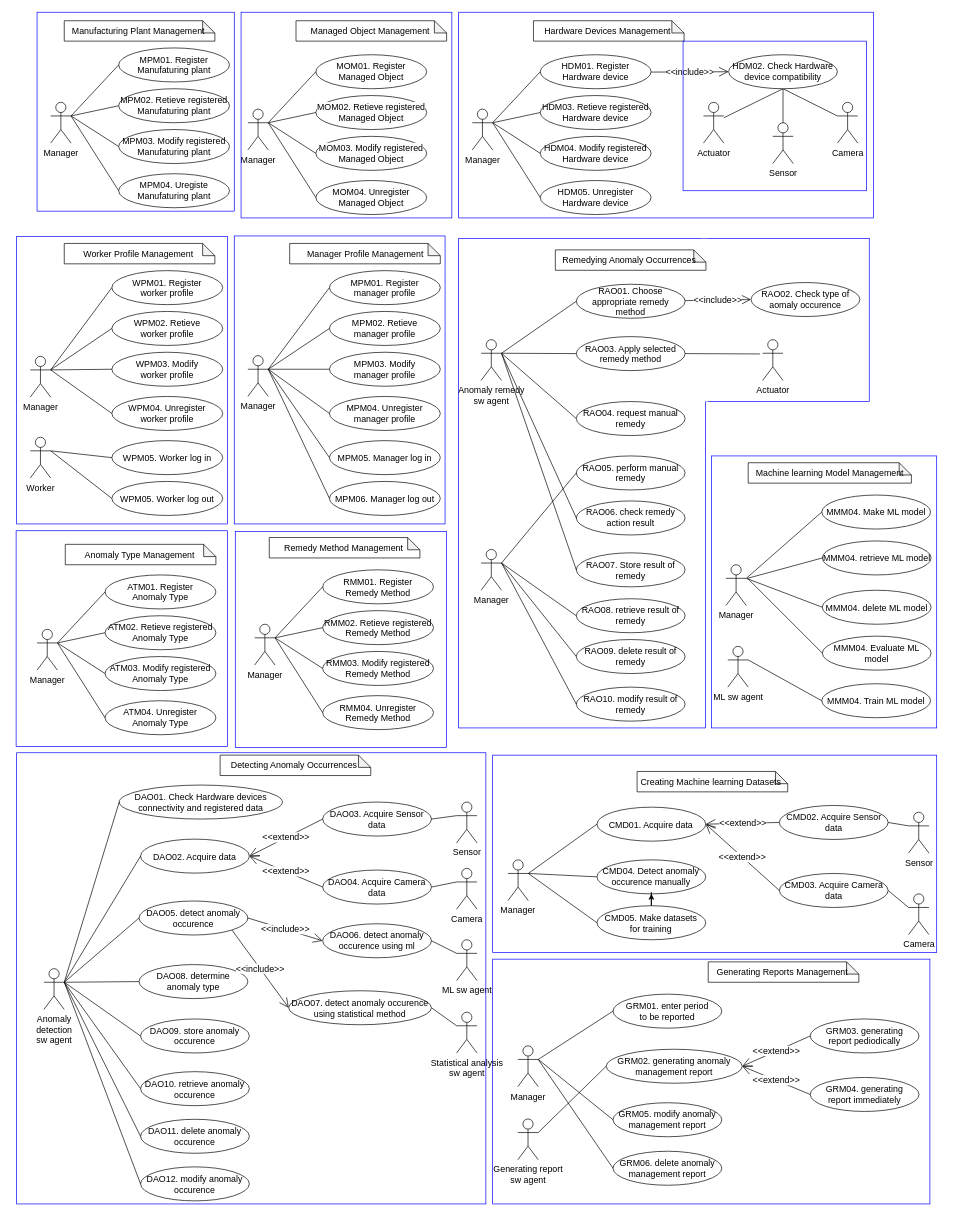
Above: usecase_diagram_refine3.drawio in ShineSoYoung/TEST (draw.io), before the change. Source tidied: cells renumbered, new cells numbered last; positions are measured from the earlier drawing's top-left corner, leaving out a move shared by most shapes. Both pictures are drawn from the tidied source at 68%, with x=0, y=0 at pixel (16, 12).
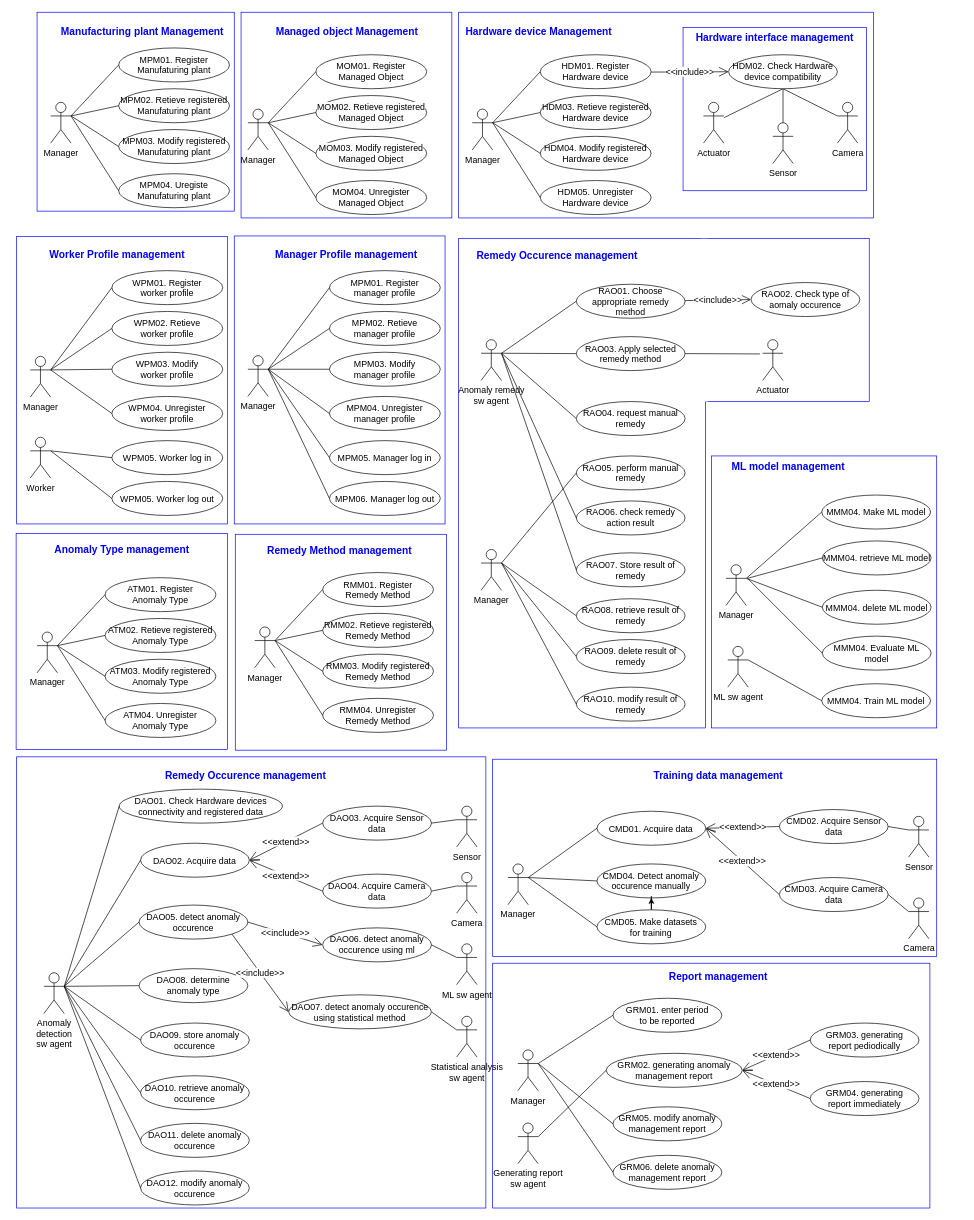
After the change.

The change refers to these unchanged cells:
```xml
<mxCell id="2" style="group;fontSize=13;" parent="1" vertex="1">
  <mxGeometry x="614" y="332" width="777" height="1423.5" as="geometry" />
</mxCell>
<mxCell id="27" style="group;fontSize=13;" parent="2" vertex="1">
  <mxGeometry x="430" y="310" width="347" height="1113.5" as="geometry" />
</mxCell>
<mxCell id="48" style="group;fontSize=13;" parent="1" vertex="1">
  <mxGeometry x="21" y="339.5" width="342.2" height="832.5" as="geometry" />
</mxCell>
<mxCell id="65" style="group;fontSize=13;" parent="1" vertex="1">
  <mxGeometry x="341" y="339.5" width="312.2" height="413.5" as="geometry" />
</mxCell>
<mxCell id="91" style="group;fontSize=13;" parent="1" vertex="1">
  <mxGeometry x="51" y="12" width="292.2" height="275" as="geometry" />
</mxCell>
```

Diff of the diagram source:
```diff
@@
+    <mxCell id="215" style="rounded=0;whiteSpace=wrap;html=1;fillColor=none;strokeColor=#0000ff;" parent="1" vertex="1">
+      <mxGeometry x="651" y="-0.5" width="610" height="302.5" as="geometry" />
+    </mxCell>
+    <mxCell id="218" style="rounded=0;whiteSpace=wrap;html=1;fillColor=none;strokeColor=#0000ff;" parent="1" vertex="1">
+      <mxGeometry x="1" y="329.2" width="310" height="422.8" as="geometry" />
+    </mxCell>
+    <mxCell id="217" style="rounded=0;whiteSpace=wrap;html=1;fillColor=none;strokeColor=#0000ff;" parent="1" vertex="1">
+      <mxGeometry x="321" y="328.5" width="310" height="423.5" as="geometry" />
+    </mxCell>
+    <mxCell id="219" style="rounded=0;whiteSpace=wrap;html=1;fillColor=none;strokeColor=#0000ff;" parent="1" vertex="1">
+      <mxGeometry x="322.5" y="767.2" width="310.8" height="317.5" as="geometry" />
+    </mxCell>
+    <mxCell id="216" style="rounded=0;whiteSpace=wrap;html=1;fillColor=none;strokeColor=#0000ff;" parent="1" vertex="1">
+      <mxGeometry x="981" y="22" width="270" height="240" as="geometry" />
+    </mxCell>
+    <mxCell id="214" style="rounded=0;whiteSpace=wrap;html=1;fillColor=none;strokeColor=#0000ff;" parent="1" vertex="1">
+      <mxGeometry x="331" y="-0.5" width="310" height="302.5" as="geometry" />
+    </mxCell>
+    <mxCell id="213" style="rounded=0;whiteSpace=wrap;html=1;fillColor=none;strokeColor=#0000ff;" parent="1" vertex="1">
+      <mxGeometry x="31" y="-0.5" width="290" height="292.5" as="geometry" />
+    </mxCell>
@@
+    <mxCell id="41" style="rounded=0;whiteSpace=wrap;html=1;fillColor=none;strokeColor=#0000ff;" parent="27" vertex="1">
+      <mxGeometry x="-21.2" y="10" width="331.2" height="400" as="geometry" />
+    </mxCell>
@@
-    <mxCell id="35" value="Machine learning Model Management" style="shape=note;whiteSpace=wrap;html=1;backgroundOutline=1;darkOpacity=0.05;size=18;fontSize=13;" parent="27" vertex="1">
-      <mxGeometry x="32.8" y="20" width="240" height="30" as="geometry" />
-    </mxCell>
@@
-    <mxCell id="41" style="rounded=0;whiteSpace=wrap;html=1;fillColor=none;strokeColor=#0000ff;" parent="27" vertex="1">
-      <mxGeometry x="-21.2" y="10" width="331.2" height="400" as="geometry" />
-    </mxCell>
     <mxCell id="42" style="rounded=0;whiteSpace=wrap;html=1;fillColor=none;strokeColor=#0000ff;" parent="27" vertex="1">
-      <mxGeometry x="-343" y="450" width="653" height="290" as="geometry" />
+      <mxGeometry x="-343" y="456" width="653" height="290" as="geometry" />
     </mxCell>
     <mxCell id="43" style="rounded=0;whiteSpace=wrap;html=1;fillColor=none;strokeColor=#0000ff;" parent="27" vertex="1">
-      <mxGeometry x="-343" y="750" width="643" height="360" as="geometry" />
+      <mxGeometry x="-343" y="756" width="643" height="360" as="geometry" />
     </mxCell>
+    <mxCell id="220" value="&lt;font color=&quot;#0000ff&quot; style=&quot;font-size: 15px;&quot;&gt;ML model management&lt;/font&gt;" style="text;html=1;strokeColor=none;fillColor=none;align=center;verticalAlign=middle;whiteSpace=wrap;rounded=0;fontStyle=1;fontSize=15;" parent="27" vertex="1">
+      <mxGeometry x="-63" y="10" width="310" height="30" as="geometry" />
+    </mxCell>
@@
-    <mxCell id="46" value="Remedying Anomaly Occurrences&amp;nbsp;" style="shape=note;whiteSpace=wrap;html=1;backgroundOutline=1;darkOpacity=0.05;size=18;fontSize=13;" parent="2" vertex="1">
-      <mxGeometry x="179.2" y="17" width="221.5" height="30" as="geometry" />
-    </mxCell>
@@
+    <mxCell id="221" value="&lt;font color=&quot;#0000ff&quot; style=&quot;font-size: 15px;&quot;&gt;Remedy Occurence management&lt;/font&gt;" style="text;html=1;strokeColor=none;fillColor=none;align=center;verticalAlign=middle;whiteSpace=wrap;rounded=0;fontStyle=1;fontSize=15;" parent="2" vertex="1">
+      <mxGeometry x="27" y="10" width="310" height="30" as="geometry" />
+    </mxCell>
@@
+    <mxCell id="64" style="rounded=0;whiteSpace=wrap;html=1;fillColor=none;strokeColor=#0000ff;" parent="48" vertex="1">
+      <mxGeometry x="-20.8" y="426.5" width="310.8" height="317.5" as="geometry" />
+    </mxCell>
@@
-    <mxCell id="62" value="Worker Profile Management&amp;nbsp;" style="shape=note;whiteSpace=wrap;html=1;backgroundOutline=1;darkOpacity=0.05;size=18;fontSize=13;" parent="48" vertex="1">
-      <mxGeometry x="50" width="221.5" height="30" as="geometry" />
-    </mxCell>
@@
-    <mxCell id="64" style="rounded=0;whiteSpace=wrap;html=1;fillColor=none;strokeColor=#0000ff;" parent="48" vertex="1">
-      <mxGeometry x="-20.8" y="422.5" width="310.8" height="317.5" as="geometry" />
-    </mxCell>
+    <mxCell id="222" value="&lt;font color=&quot;#0000ff&quot; style=&quot;font-size: 15px;&quot;&gt;Worker Profile management&lt;/font&gt;" style="text;html=1;strokeColor=none;fillColor=none;align=center;verticalAlign=middle;whiteSpace=wrap;rounded=0;fontStyle=1;fontSize=15;" parent="48" vertex="1">
+      <mxGeometry x="-27" width="310" height="30" as="geometry" />
+    </mxCell>
@@
-    <mxCell id="79" value="Manager Profile Management" style="shape=note;whiteSpace=wrap;html=1;backgroundOutline=1;darkOpacity=0.05;size=18;fontSize=13;" parent="65" vertex="1">
-      <mxGeometry x="61.5" width="221.5" height="30" as="geometry" />
-    </mxCell>
+    <mxCell id="223" value="&lt;font color=&quot;#0000ff&quot; style=&quot;font-size: 15px;&quot;&gt;Manager Profile management&lt;/font&gt;" style="text;html=1;strokeColor=none;fillColor=none;align=center;verticalAlign=middle;whiteSpace=wrap;rounded=0;fontStyle=1;fontSize=15;" parent="65" vertex="1">
+      <mxGeometry x="-10" width="310" height="30" as="geometry" />
+    </mxCell>
     <mxCell id="80" style="group;fontSize=13;" parent="1" vertex="1">
-      <mxGeometry x="341" y="12" width="292.2" height="285" as="geometry" />
+      <mxGeometry x="341" y="12" width="301.1" height="285" as="geometry" />
     </mxCell>
@@
-    <mxCell id="90" value="Managed Object Management&amp;nbsp;" style="shape=note;whiteSpace=wrap;html=1;backgroundOutline=1;darkOpacity=0.05;size=18;fontSize=13;" parent="80" vertex="1">
-      <mxGeometry x="70.8" width="221.5" height="30" as="geometry" />
-    </mxCell>
+    <mxCell id="224" value="&lt;font color=&quot;#0000ff&quot; style=&quot;font-size: 15px;&quot;&gt;Managed object Management&lt;/font&gt;" style="text;html=1;strokeColor=none;fillColor=none;align=center;verticalAlign=middle;whiteSpace=wrap;rounded=0;fontStyle=1;fontSize=15;" parent="80" vertex="1">
+      <mxGeometry x="-8.9" width="310" height="30" as="geometry" />
+    </mxCell>
@@
-    <mxCell id="101" value="Manufacturing Plant Management&amp;nbsp;" style="shape=note;whiteSpace=wrap;html=1;backgroundOutline=1;darkOpacity=0.05;size=18;fontSize=13;" parent="91" vertex="1">
-      <mxGeometry x="20" width="221.5" height="30" as="geometry" />
-    </mxCell>
+    <mxCell id="225" value="&lt;font color=&quot;#0000ff&quot; style=&quot;font-size: 15px;&quot;&gt;Manufacturing plant Management&lt;/font&gt;" style="text;html=1;strokeColor=none;fillColor=none;align=center;verticalAlign=middle;whiteSpace=wrap;rounded=0;fontStyle=1;fontSize=15;" parent="91" vertex="1">
+      <mxGeometry x="-20" width="310" height="30" as="geometry" />
+    </mxCell>
     <mxCell id="102" style="group;fontSize=13;" parent="1" vertex="1">
-      <mxGeometry x="351" y="772" width="263" height="282.5" as="geometry" />
+      <mxGeometry x="351" y="776" width="280" height="282.5" as="geometry" />
     </mxCell>
@@
-    <mxCell id="112" value="Remedy Method Management&amp;nbsp;" style="shape=note;whiteSpace=wrap;html=1;backgroundOutline=1;darkOpacity=0.05;size=18;fontSize=13;" parent="102" vertex="1">
-      <mxGeometry x="21.5" width="221.5" height="30" as="geometry" />
-    </mxCell>
+    <mxCell id="226" value="&lt;font color=&quot;#0000ff&quot; style=&quot;font-size: 15px;&quot;&gt;Remedy Method management&lt;/font&gt;" style="text;html=1;strokeColor=none;fillColor=none;align=center;verticalAlign=middle;whiteSpace=wrap;rounded=0;fontStyle=1;fontSize=15;" parent="102" vertex="1">
+      <mxGeometry x="-30" width="310" height="30" as="geometry" />
+    </mxCell>
     <mxCell id="113" style="group;fontSize=13;" parent="1" vertex="1">
-      <mxGeometry x="671" y="12" width="567" height="285" as="geometry" />
+      <mxGeometry x="671" y="12" width="620" height="285" as="geometry" />
     </mxCell>
@@
-    <mxCell id="123" value="Hardware Devices Management&amp;nbsp;" style="shape=note;whiteSpace=wrap;html=1;backgroundOutline=1;darkOpacity=0.05;size=18;fontSize=13;" parent="113" vertex="1">
-      <mxGeometry x="90" width="221.5" height="30" as="geometry" />
-    </mxCell>
@@
     <mxCell id="132" style="group;fontSize=13;" parent="1" vertex="1">
-      <mxGeometry x="723.4" y="1106" width="619.2" height="257.5" as="geometry" />
+      <mxGeometry x="723.4" y="1112" width="619.2" height="257.5" as="geometry" />
     </mxCell>
-    <mxCell id="133" value="Creating Machine learning Datasets&amp;nbsp;" style="shape=note;whiteSpace=wrap;html=1;backgroundOutline=1;darkOpacity=0.05;size=18;fontSize=13;" parent="132" vertex="1">
-      <mxGeometry x="190" y="10" width="221.5" height="30" as="geometry" />
-    </mxCell>
@@
+    <mxCell id="227" value="&lt;font color=&quot;#0000ff&quot; style=&quot;font-size: 15px;&quot;&gt;Training data management&lt;/font&gt;" style="text;html=1;strokeColor=none;fillColor=none;align=center;verticalAlign=middle;whiteSpace=wrap;rounded=0;fontStyle=1;fontSize=15;" parent="132" vertex="1">
+      <mxGeometry x="154.6" y="-6" width="310" height="30" as="geometry" />
+    </mxCell>
     <mxCell id="150" style="group;" parent="1" vertex="1">
-      <mxGeometry x="738" y="1396" width="590" height="328.5" as="geometry" />
+      <mxGeometry x="738" y="1402" width="590" height="328.5" as="geometry" />
     </mxCell>
@@
-    <mxCell id="156" value="Generating Reports Management&amp;nbsp;" style="shape=note;whiteSpace=wrap;html=1;backgroundOutline=1;darkOpacity=0.05;size=18;fontSize=13;" parent="150" vertex="1">
-      <mxGeometry x="280" width="221.5" height="30" as="geometry" />
-    </mxCell>
@@
+    <mxCell id="228" value="&lt;font color=&quot;#0000ff&quot; style=&quot;font-size: 15px;&quot;&gt;Report management&lt;/font&gt;" style="text;html=1;strokeColor=none;fillColor=none;align=center;verticalAlign=middle;whiteSpace=wrap;rounded=0;fontStyle=1;fontSize=15;" parent="150" vertex="1">
+      <mxGeometry x="140" width="310" height="30" as="geometry" />
+    </mxCell>
     <mxCell id="166" style="group;fontSize=13;" parent="1" vertex="1">
-      <mxGeometry x="31" y="1062" width="960" height="690" as="geometry" />
+      <mxGeometry x="31" y="1062" width="980" height="690" as="geometry" />
     </mxCell>
+    <mxCell id="201" style="rounded=0;whiteSpace=wrap;html=1;fillColor=none;strokeColor=#0000ff;" parent="166" vertex="1">
+      <mxGeometry x="-30" y="32.5" width="690" height="663.5" as="geometry" />
+    </mxCell>
     <mxCell id="167" value="Anomaly &lt;br&gt;detection&lt;br style=&quot;font-size: 13px;&quot;&gt;sw agent" style="shape=umlActor;verticalLabelPosition=bottom;verticalAlign=top;html=1;outlineConnect=0;fontSize=13;" parent="166" vertex="1">
-      <mxGeometry x="10" y="344" width="30" height="60" as="geometry" />
+      <mxGeometry x="10" y="350" width="30" height="60" as="geometry" />
     </mxCell>
     <mxCell id="168" value="DAO01. Check Hardware devices connectivity and registered data" style="ellipse;whiteSpace=wrap;html=1;fontSize=13;" parent="166" vertex="1">
-      <mxGeometry x="120.8" y="74" width="240" height="50" as="geometry" />
+      <mxGeometry x="120.8" y="80" width="240" height="50" as="geometry" />
     </mxCell>
     <mxCell id="169" value="DAO02. Acquire data" style="ellipse;whiteSpace=wrap;html=1;fontSize=13;" parent="166" vertex="1">
-      <mxGeometry x="152.2" y="153.5" width="160" height="50" as="geometry" />
+      <mxGeometry x="152.2" y="159.5" width="160" height="50" as="geometry" />
     </mxCell>
     <mxCell id="170" value="DAO05. detect anomaly occurence" style="ellipse;whiteSpace=wrap;html=1;fontSize=13;" parent="166" vertex="1">
-      <mxGeometry x="150" y="244.5" width="160" height="50" as="geometry" />
+      <mxGeometry x="150" y="250.5" width="160" height="50" as="geometry" />
     </mxCell>
     <mxCell id="171" value="Statistical analysis&lt;br style=&quot;font-size: 13px;&quot;&gt;sw agent" style="shape=umlActor;verticalLabelPosition=bottom;verticalAlign=top;html=1;outlineConnect=0;fontSize=13;" parent="166" vertex="1">
-      <mxGeometry x="617" y="408" width="30" height="60" as="geometry" />
+      <mxGeometry x="617" y="414" width="30" height="60" as="geometry" />
     </mxCell>
@@
     <mxCell id="174" value="DAO09. store anomaly occurence" style="ellipse;whiteSpace=wrap;html=1;fontSize=13;" parent="166" vertex="1">
-      <mxGeometry x="152.2" y="418" width="160" height="50" as="geometry" />
+      <mxGeometry x="152.2" y="424" width="160" height="50" as="geometry" />
     </mxCell>
@@
-    <mxCell id="176" value="Detecting Anomaly Occurrences&amp;nbsp;" style="shape=note;whiteSpace=wrap;html=1;backgroundOutline=1;darkOpacity=0.05;size=18;fontSize=13;" parent="166" vertex="1">
-      <mxGeometry x="269.2" y="30" width="221.5" height="30" as="geometry" />
-    </mxCell>
     <mxCell id="177" value="DAO03. Acquire Sensor data" style="ellipse;whiteSpace=wrap;html=1;fontSize=13;" parent="166" vertex="1">
-      <mxGeometry x="420" y="99" width="160" height="50" as="geometry" />
+      <mxGeometry x="420" y="105" width="160" height="50" as="geometry" />
     </mxCell>
     <mxCell id="178" value="Sensor" style="shape=umlActor;verticalLabelPosition=bottom;verticalAlign=top;html=1;outlineConnect=0;fontSize=13;" parent="166" vertex="1">
-      <mxGeometry x="617" y="99" width="30" height="60" as="geometry" />
+      <mxGeometry x="617" y="105" width="30" height="60" as="geometry" />
     </mxCell>
     <mxCell id="179" value="Camera" style="shape=umlActor;verticalLabelPosition=bottom;verticalAlign=top;html=1;outlineConnect=0;fontSize=13;" parent="166" vertex="1">
-      <mxGeometry x="617" y="196.5" width="30" height="60" as="geometry" />
+      <mxGeometry x="617" y="202.5" width="30" height="60" as="geometry" />
     </mxCell>
@@
     <mxCell id="182" value="DAO08. determine &lt;br style=&quot;font-size: 13px;&quot;&gt;anomaly type" style="ellipse;whiteSpace=wrap;html=1;fontSize=13;" parent="166" vertex="1">
-      <mxGeometry x="150" y="338" width="160" height="50" as="geometry" />
+      <mxGeometry x="150" y="344" width="160" height="50" as="geometry" />
     </mxCell>
@@
     <mxCell id="184" value="DAO10. retrieve anomaly occurence" style="ellipse;whiteSpace=wrap;html=1;fontSize=13;" parent="166" vertex="1">
-      <mxGeometry x="152.2" y="495.5" width="160" height="50" as="geometry" />
+      <mxGeometry x="152.2" y="501.5" width="160" height="50" as="geometry" />
     </mxCell>
     <mxCell id="185" value="DAO11. delete anomaly occurence" style="ellipse;whiteSpace=wrap;html=1;fontSize=13;" parent="166" vertex="1">
-      <mxGeometry x="152.2" y="565.5" width="160" height="50" as="geometry" />
+      <mxGeometry x="152.2" y="571.5" width="160" height="50" as="geometry" />
     </mxCell>
@@
     <mxCell id="188" value="DAO12. modify anomaly occurence" style="ellipse;whiteSpace=wrap;html=1;fontSize=13;" parent="166" vertex="1">
-      <mxGeometry x="152.2" y="635.5" width="160" height="50" as="geometry" />
+      <mxGeometry x="152.2" y="641.5" width="160" height="50" as="geometry" />
     </mxCell>
@@
     <mxCell id="191" value="DAO06. detect anomaly occurence using ml" style="ellipse;whiteSpace=wrap;html=1;fontSize=13;" parent="166" vertex="1">
-      <mxGeometry x="420" y="278" width="160" height="50" as="geometry" />
+      <mxGeometry x="420" y="284" width="160" height="50" as="geometry" />
     </mxCell>
     <mxCell id="192" value="DAO07. detect anomaly occurence using statistical method" style="ellipse;whiteSpace=wrap;html=1;fontSize=13;" parent="166" vertex="1">
-      <mxGeometry x="370" y="376.5" width="210" height="50" as="geometry" />
+      <mxGeometry x="370" y="382.5" width="210" height="50" as="geometry" />
     </mxCell>
@@
     <mxCell id="195" value="ML sw agent" style="shape=umlActor;verticalLabelPosition=bottom;verticalAlign=top;html=1;outlineConnect=0;fontSize=13;" parent="166" vertex="1">
-      <mxGeometry x="617" y="301.5" width="30" height="60" as="geometry" />
+      <mxGeometry x="617" y="307.5" width="30" height="60" as="geometry" />
     </mxCell>
     <mxCell id="196" value="DAO04. Acquire Camera data" style="ellipse;whiteSpace=wrap;html=1;fontSize=13;" parent="166" vertex="1">
-      <mxGeometry x="420" y="199" width="160" height="50" as="geometry" />
+      <mxGeometry x="420" y="205" width="160" height="50" as="geometry" />
     </mxCell>
@@
-    <mxCell id="201" style="rounded=0;whiteSpace=wrap;html=1;fillColor=none;strokeColor=#0000ff;" parent="166" vertex="1">
-      <mxGeometry x="-30" y="26.5" width="690" height="663.5" as="geometry" />
-    </mxCell>
+    <mxCell id="229" value="&lt;font color=&quot;#0000ff&quot; style=&quot;font-size: 15px;&quot;&gt;Remedy Occurence management&lt;/font&gt;" style="text;html=1;strokeColor=none;fillColor=none;align=center;verticalAlign=middle;whiteSpace=wrap;rounded=0;fontStyle=1;fontSize=15;" parent="166" vertex="1">
+      <mxGeometry x="152.2" y="44" width="310" height="30" as="geometry" />
+    </mxCell>
     <mxCell id="202" style="group;" parent="1" vertex="1">
-      <mxGeometry x="31" y="782" width="263" height="280" as="geometry" />
+      <mxGeometry x="31" y="786" width="280" height="280" as="geometry" />
     </mxCell>
@@
-    <mxCell id="212" value="Anomaly Type Management&amp;nbsp;" style="shape=note;whiteSpace=wrap;html=1;backgroundOutline=1;darkOpacity=0.05;size=18;fontSize=13;" parent="202" vertex="1">
-      <mxGeometry x="41.5" width="221.5" height="30" as="geometry" />
-    </mxCell>
-    <mxCell id="213" style="rounded=0;whiteSpace=wrap;html=1;fillColor=none;strokeColor=#0000ff;" parent="1" vertex="1">
-      <mxGeometry x="31" y="-0.5" width="290" height="292.5" as="geometry" />
-    </mxCell>
-    <mxCell id="214" style="rounded=0;whiteSpace=wrap;html=1;fillColor=none;strokeColor=#0000ff;" parent="1" vertex="1">
-      <mxGeometry x="331" y="-0.5" width="310" height="302.5" as="geometry" />
-    </mxCell>
-    <mxCell id="215" style="rounded=0;whiteSpace=wrap;html=1;fillColor=none;strokeColor=#0000ff;" parent="1" vertex="1">
-      <mxGeometry x="651" y="-0.5" width="610" height="302.5" as="geometry" />
-    </mxCell>
-    <mxCell id="216" style="rounded=0;whiteSpace=wrap;html=1;fillColor=none;strokeColor=#0000ff;" parent="1" vertex="1">
-      <mxGeometry x="981" y="42" width="270" height="220" as="geometry" />
-    </mxCell>
-    <mxCell id="217" style="rounded=0;whiteSpace=wrap;html=1;fillColor=none;strokeColor=#0000ff;" parent="1" vertex="1">
-      <mxGeometry x="321" y="328.5" width="310" height="423.5" as="geometry" />
-    </mxCell>
-    <mxCell id="218" style="rounded=0;whiteSpace=wrap;html=1;fillColor=none;strokeColor=#0000ff;" parent="1" vertex="1">
-      <mxGeometry x="1" y="329.2" width="310" height="422.8" as="geometry" />
-    </mxCell>
-    <mxCell id="219" style="rounded=0;whiteSpace=wrap;html=1;fillColor=none;strokeColor=#0000ff;" parent="1" vertex="1">
-      <mxGeometry x="322.5" y="763.2" width="310.8" height="317.5" as="geometry" />
-    </mxCell>
+    <mxCell id="230" value="&lt;font color=&quot;#0000ff&quot; style=&quot;font-size: 15px;&quot;&gt;Anomaly Type management&lt;/font&gt;" style="text;html=1;strokeColor=none;fillColor=none;align=center;verticalAlign=middle;whiteSpace=wrap;rounded=0;fontStyle=1;fontSize=15;" parent="202" vertex="1">
+      <mxGeometry x="-30" y="-12" width="310" height="30" as="geometry" />
+    </mxCell>
+    <mxCell id="231" value="&lt;font color=&quot;#0000ff&quot; style=&quot;font-size: 15px;&quot;&gt;Hardware device Management&lt;/font&gt;" style="text;html=1;strokeColor=none;fillColor=none;align=center;verticalAlign=middle;whiteSpace=wrap;rounded=0;fontStyle=1;fontSize=15;" parent="1" vertex="1">
+      <mxGeometry x="614" y="12" width="310" height="30" as="geometry" />
+    </mxCell>
+    <mxCell id="232" value="&lt;font color=&quot;#0000ff&quot; style=&quot;font-size: 15px;&quot;&gt;Hardware interface management&lt;/font&gt;" style="text;html=1;strokeColor=none;fillColor=none;align=center;verticalAlign=middle;whiteSpace=wrap;rounded=0;fontStyle=1;fontSize=15;" parent="1" vertex="1">
+      <mxGeometry x="961" y="22" width="310" height="30" as="geometry" />
+    </mxCell>
```
